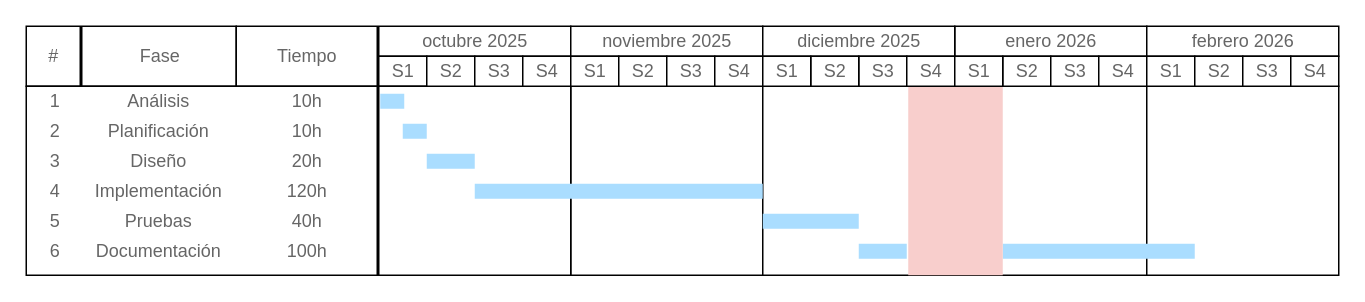
This is page "Gantt estimación" (16 of 16) of documents/img/diagramas/TFG.drawio from humaral/tfg, a draw.io file, before an edit. Source tidied: cells renumbered, new cells numbered last; positions are measured from the earlier drawing's top-left corner, leaving out a move shared by most shapes. Both pictures are drawn from the tidied source at 150%, with x=0, y=0 at pixel (26, 26).
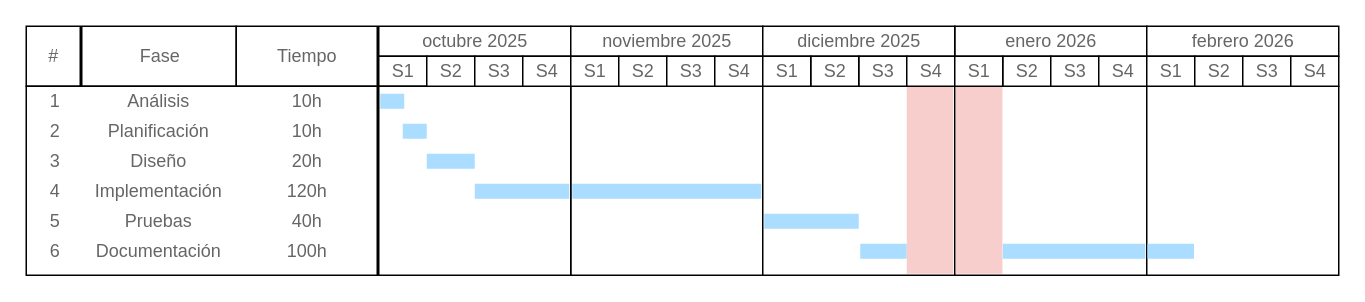
The same diagram, later.

Commit message:
Actualizar gantt

What changed in the source:
```diff
@@
+    <mxCell id="57" style="strokeWidth=1;shadow=0;dashed=0;align=center;html=1;shape=mxgraph.mockup.graphics.rrect;rSize=0;strokeColor=none;fillColor=#aaddff;" parent="1" vertex="1">
+      <mxGeometry x="651" y="145" width="95" height="10" as="geometry" />
+    </mxCell>
@@
     <mxCell id="28" style="strokeWidth=1;shadow=0;dashed=0;align=center;html=1;shape=mxgraph.mockup.graphics.rrect;rSize=0;strokeColor=none;fillColor=#aaddff;" parent="1" vertex="1">
-      <mxGeometry x="299" y="105" width="192" height="10" as="geometry" />
+      <mxGeometry x="299" y="105" width="63" height="10" as="geometry" />
     </mxCell>
@@
     <mxCell id="56" style="strokeWidth=1;shadow=0;dashed=0;align=center;html=1;shape=mxgraph.mockup.graphics.rrect;rSize=0;strokeColor=none;fillColor=#aaddff;" parent="1" vertex="1">
-      <mxGeometry x="491" y="125" width="64" height="10" as="geometry" />
+      <mxGeometry x="492" y="125" width="63" height="10" as="geometry" />
     </mxCell>
-    <mxCell id="57" style="strokeWidth=1;shadow=0;dashed=0;align=center;html=1;shape=mxgraph.mockup.graphics.rrect;rSize=0;strokeColor=none;fillColor=#aaddff;" parent="1" vertex="1">
-      <mxGeometry x="651" y="145" width="128" height="10" as="geometry" />
-    </mxCell>
     <mxCell id="58" style="strokeWidth=1;shadow=0;dashed=0;align=center;html=1;shape=mxgraph.mockup.graphics.rrect;rSize=0;strokeColor=none;fillColor=#aaddff;" parent="1" vertex="1">
-      <mxGeometry x="555" y="145" width="32" height="10" as="geometry" />
+      <mxGeometry x="556" y="145" width="31" height="10" as="geometry" />
     </mxCell>
     <mxCell id="59" style="strokeColor=none;fillColor=light-dark(#F8CECC,#7C1111);strokeWidth=0;shadow=0;align=center;html=1;shape=mxgraph.mockup.graphics.rrect;rSize=0;" parent="1" vertex="1">
-      <mxGeometry x="588" y="40" width="63" height="126" as="geometry" />
+      <mxGeometry x="587" y="40" width="31" height="125" as="geometry" />
     </mxCell>
@@
+    <mxCell id="62" style="strokeColor=none;fillColor=light-dark(#F8CECC,#7C1111);strokeWidth=0;shadow=0;align=center;html=1;shape=mxgraph.mockup.graphics.rrect;rSize=0;" parent="1" vertex="1">
+      <mxGeometry x="619.8" y="40" width="31" height="125" as="geometry" />
+    </mxCell>
@@
+    <mxCell id="63" style="strokeWidth=1;shadow=0;dashed=0;align=center;html=1;shape=mxgraph.mockup.graphics.rrect;rSize=0;strokeColor=none;fillColor=#aaddff;" parent="1" vertex="1">
+      <mxGeometry x="747.5" y="145" width="31" height="10" as="geometry" />
+    </mxCell>
+    <mxCell id="64" style="strokeWidth=1;shadow=0;dashed=0;align=center;html=1;shape=mxgraph.mockup.graphics.rrect;rSize=0;strokeColor=none;fillColor=#aaddff;" parent="1" vertex="1">
+      <mxGeometry x="364" y="105" width="126" height="10" as="geometry" />
+    </mxCell>
```
